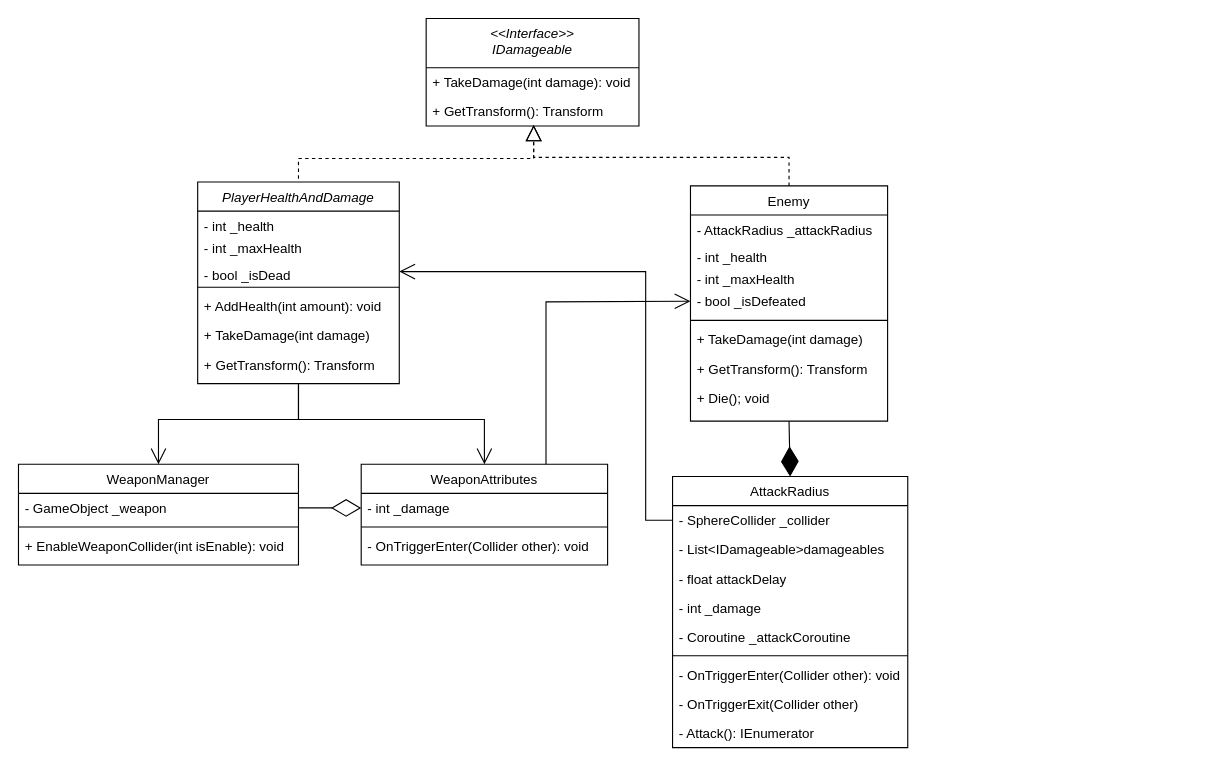
Romina-x/GameProject keeps this draw.io diagram as Documents/FinalReport/UMLDiagrams/CombatUML.drawio. Above is the earlier version. Source tidied: cells renumbered, new cells numbered last; positions are measured from the earlier drawing's top-left corner, leaving out a move shared by most shapes. Both pictures are drawn from the tidied source at 112%, with x=0, y=0 at pixel (18, 18).
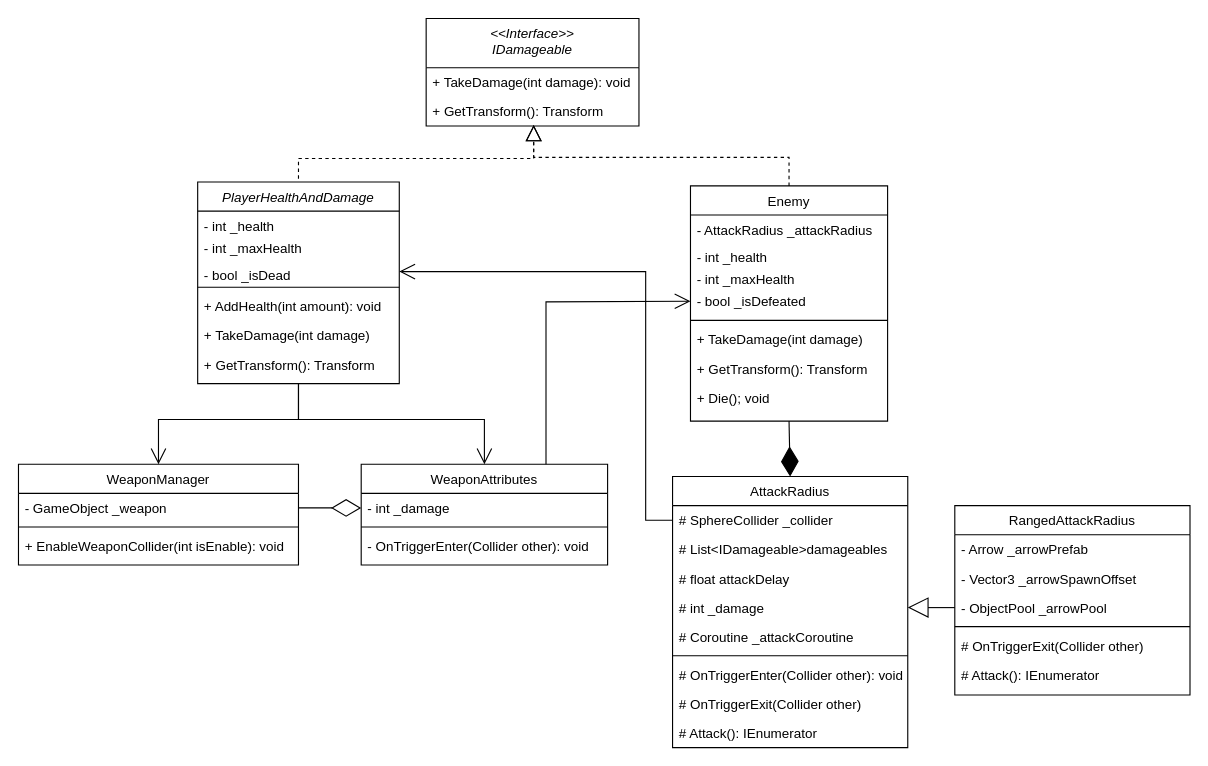
Above is the later version.

Commit message (it also covers changes not shown here):
Updated old UML diagrams with current code

The change refers to these unchanged cells:
```xml
<mxCell id="14" value="AttackRadius" style="swimlane;fontStyle=0;align=center;verticalAlign=top;horizontal=1;startSize=26;rounded=0;shadow=0;strokeWidth=1;" parent="1" vertex="1">
  <mxGeometry x="584" y="409" width="210" height="242" as="geometry" />
</mxCell>
```

The edit, as a diff of the source:
```diff
@@
-    <mxCell id="15" value="- SphereCollider _collider" style="text;align=left;verticalAlign=top;spacingLeft=4;spacingRight=4;overflow=hidden;points=[[0,0.5],[1,0.5]];portConstraint=eastwest;" parent="14" vertex="1">
+    <mxCell id="15" value="# SphereCollider _collider" style="text;align=left;verticalAlign=top;spacingLeft=4;spacingRight=4;overflow=hidden;points=[[0,0.5],[1,0.5]];portConstraint=eastwest;" parent="14" vertex="1">
       <mxGeometry y="26" width="210" height="26" as="geometry" />
     </mxCell>
-    <mxCell id="16" value="- List&lt;IDamageable&gt;damageables" style="text;align=left;verticalAlign=top;spacingLeft=4;spacingRight=4;overflow=hidden;" parent="14" vertex="1">
+    <mxCell id="16" value="# List&lt;IDamageable&gt;damageables" style="text;align=left;verticalAlign=top;spacingLeft=4;spacingRight=4;overflow=hidden;" parent="14" vertex="1">
       <mxGeometry y="52" width="210" height="26" as="geometry" />
     </mxCell>
-    <mxCell id="17" value="- float attackDelay" style="text;align=left;verticalAlign=top;spacingLeft=4;spacingRight=4;overflow=hidden;" parent="14" vertex="1">
+    <mxCell id="17" value="# float attackDelay" style="text;align=left;verticalAlign=top;spacingLeft=4;spacingRight=4;overflow=hidden;" parent="14" vertex="1">
       <mxGeometry y="78" width="210" height="26" as="geometry" />
     </mxCell>
-    <mxCell id="18" value="- int _damage" style="text;align=left;verticalAlign=top;spacingLeft=4;spacingRight=4;overflow=hidden;points=[[0,0.5],[1,0.5]];portConstraint=eastwest;" parent="14" vertex="1">
+    <mxCell id="18" value="# int _damage" style="text;align=left;verticalAlign=top;spacingLeft=4;spacingRight=4;overflow=hidden;points=[[0,0.5],[1,0.5]];portConstraint=eastwest;" parent="14" vertex="1">
       <mxGeometry y="104" width="210" height="26" as="geometry" />
     </mxCell>
-    <mxCell id="19" value="- Coroutine _attackCoroutine" style="text;align=left;verticalAlign=top;spacingLeft=4;spacingRight=4;overflow=hidden;" parent="14" vertex="1">
+    <mxCell id="19" value="# Coroutine _attackCoroutine" style="text;align=left;verticalAlign=top;spacingLeft=4;spacingRight=4;overflow=hidden;" parent="14" vertex="1">
       <mxGeometry y="130" width="210" height="26" as="geometry" />
     </mxCell>
@@
-    <mxCell id="21" value="- OnTriggerEnter(Collider other): void" style="text;align=left;verticalAlign=top;spacingLeft=4;spacingRight=4;overflow=hidden;" parent="14" vertex="1">
+    <mxCell id="21" value="# OnTriggerEnter(Collider other): void" style="text;align=left;verticalAlign=top;spacingLeft=4;spacingRight=4;overflow=hidden;" parent="14" vertex="1">
       <mxGeometry y="164" width="210" height="26" as="geometry" />
     </mxCell>
-    <mxCell id="22" value="- OnTriggerExit(Collider other)" style="text;align=left;verticalAlign=top;spacingLeft=4;spacingRight=4;overflow=hidden;" parent="14" vertex="1">
+    <mxCell id="22" value="# OnTriggerExit(Collider other)" style="text;align=left;verticalAlign=top;spacingLeft=4;spacingRight=4;overflow=hidden;" parent="14" vertex="1">
       <mxGeometry y="190" width="210" height="26" as="geometry" />
     </mxCell>
-    <mxCell id="23" value="- Attack(): IEnumerator" style="text;align=left;verticalAlign=top;spacingLeft=4;spacingRight=4;overflow=hidden;" parent="14" vertex="1">
+    <mxCell id="23" value="# Attack(): IEnumerator" style="text;align=left;verticalAlign=top;spacingLeft=4;spacingRight=4;overflow=hidden;" parent="14" vertex="1">
       <mxGeometry y="216" width="210" height="26" as="geometry" />
     </mxCell>
@@
+    <mxCell id="48" value="RangedAttackRadius" style="swimlane;fontStyle=0;align=center;verticalAlign=top;horizontal=1;startSize=26;rounded=0;shadow=0;strokeWidth=1;" parent="1" vertex="1">
+      <mxGeometry x="836" y="435" width="210" height="169" as="geometry" />
+    </mxCell>
+    <mxCell id="49" value="- Arrow _arrowPrefab" style="text;align=left;verticalAlign=top;spacingLeft=4;spacingRight=4;overflow=hidden;" parent="48" vertex="1">
+      <mxGeometry y="26" width="210" height="26" as="geometry" />
+    </mxCell>
+    <mxCell id="50" value="- Vector3 _arrowSpawnOffset" style="text;align=left;verticalAlign=top;spacingLeft=4;spacingRight=4;overflow=hidden;" parent="48" vertex="1">
+      <mxGeometry y="52" width="210" height="26" as="geometry" />
+    </mxCell>
+    <mxCell id="51" value="- ObjectPool _arrowPool" style="text;align=left;verticalAlign=top;spacingLeft=4;spacingRight=4;overflow=hidden;points=[[0,0.5],[1,0.5]];portConstraint=eastwest;" parent="48" vertex="1">
+      <mxGeometry y="78" width="210" height="26" as="geometry" />
+    </mxCell>
+    <mxCell id="52" style="line;html=1;strokeWidth=1;align=left;verticalAlign=middle;spacingTop=-1;spacingLeft=3;spacingRight=3;labelPosition=right;" parent="48" vertex="1">
+      <mxGeometry y="104" width="210" height="8" as="geometry" />
+    </mxCell>
+    <mxCell id="53" value="# OnTriggerExit(Collider other)" style="text;align=left;verticalAlign=top;spacingLeft=4;spacingRight=4;overflow=hidden;" parent="48" vertex="1">
+      <mxGeometry y="112" width="210" height="26" as="geometry" />
+    </mxCell>
+    <mxCell id="54" value="# Attack(): IEnumerator" style="text;align=left;verticalAlign=top;spacingLeft=4;spacingRight=4;overflow=hidden;" parent="48" vertex="1">
+      <mxGeometry y="138" width="210" height="26" as="geometry" />
+    </mxCell>
+    <mxCell id="55" style="endArrow=block;endSize=16;endFill=0;html=1;rounded=0;fontSize=12;curved=1;entryX=1;entryY=0.5;entryDx=0;entryDy=0;exitX=0;exitY=0.5;exitDx=0;exitDy=0;" parent="1" edge="1" source="51" target="18">
+      <mxGeometry relative="1" as="geometry" />
+    </mxCell>
```
